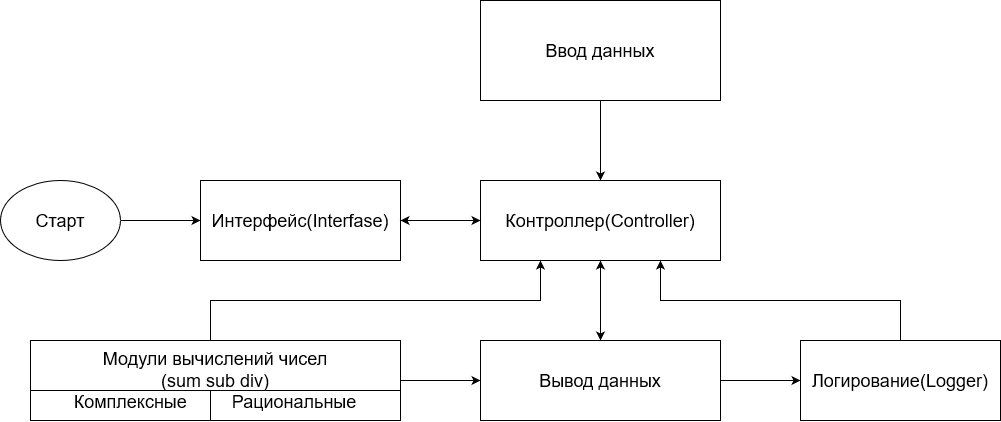
AndreyK89/Course_Python keeps this draw.io diagram as LecturePython/HelloPython/Calc/Calculator complex and rational nambers.drawio.png. Above is the earlier version. Source tidied: cells renumbered, new cells last; positions are measured from the earlier drawing's top-left corner, leaving out a move shared by most shapes.
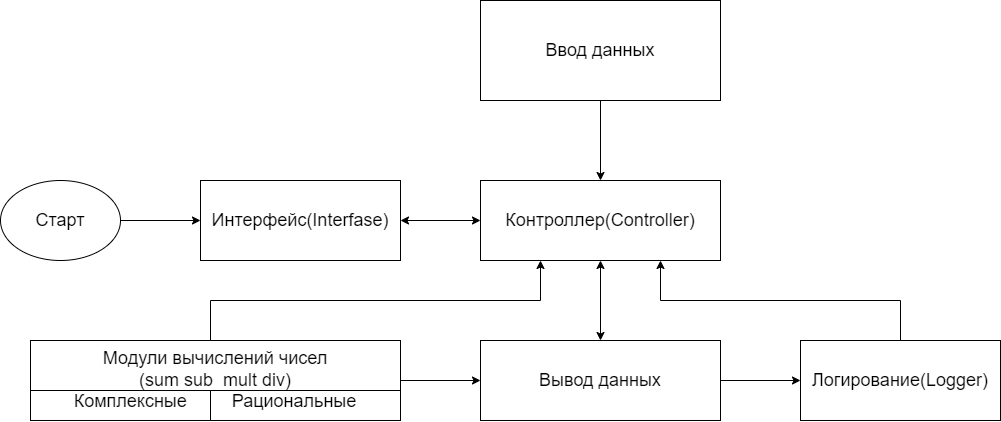
The same file after the commit.

Commit message:
Add Calculator complex and rational nambers.drawio

Change to the diagram source:
```diff
@@ -31,7 +31,7 @@
         </Array>
       </mxGeometry>
     </mxCell>
-    <mxCell id="10" value="&lt;div&gt;Модули вычислений чисел&lt;/div&gt;&lt;div&gt;(sum sub div)&lt;br&gt;&lt;/div&gt;&lt;div&gt;Комплексные &amp;nbsp; &amp;nbsp; &amp;nbsp; &amp;nbsp; Рациональные&lt;br&gt;&lt;/div&gt;" style="rounded=0;whiteSpace=wrap;html=1;fontSize=18;" parent="1" vertex="1">
+    <mxCell id="10" value="&lt;div&gt;Модули вычислений чисел&lt;/div&gt;&lt;div&gt;(sum sub&amp;nbsp; mult div)&lt;br&gt;&lt;/div&gt;&lt;div&gt;Комплексные &amp;nbsp; &amp;nbsp; &amp;nbsp; &amp;nbsp; Рациональные&lt;br&gt;&lt;/div&gt;" style="rounded=0;whiteSpace=wrap;html=1;fontSize=18;" parent="1" vertex="1">
       <mxGeometry x="30" y="340" width="370" height="80" as="geometry" />
     </mxCell>
     <mxCell id="11" style="endArrow=none;html=1;rounded=0;fontSize=18;" parent="1" edge="1">
```
